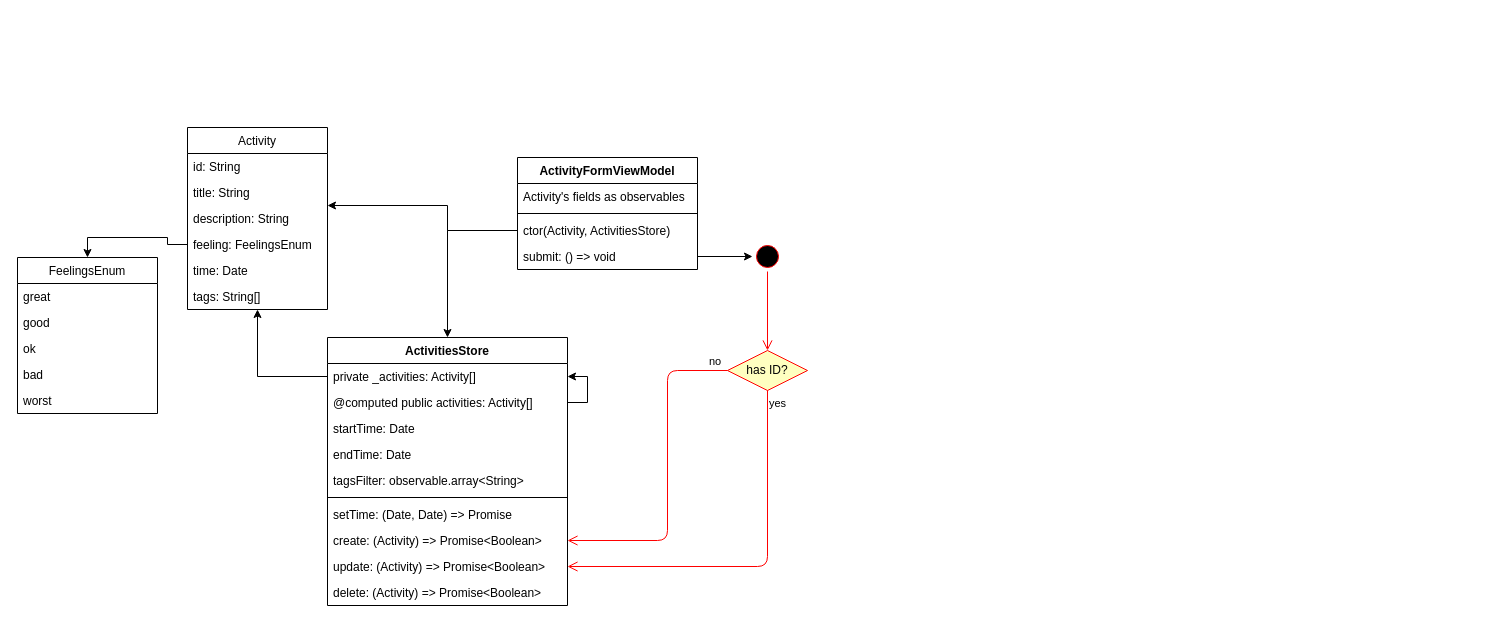
Before: Feel Tracker.drawio in Polarts/sentispace, a draw.io diagram. Source tidied: cells renumbered, new cells numbered last; positions are measured from the earlier drawing's top-left corner, leaving out a move shared by most shapes. Both pictures are drawn from the tidied source at 100%, with x=0, y=0 at pixel (17, 127).
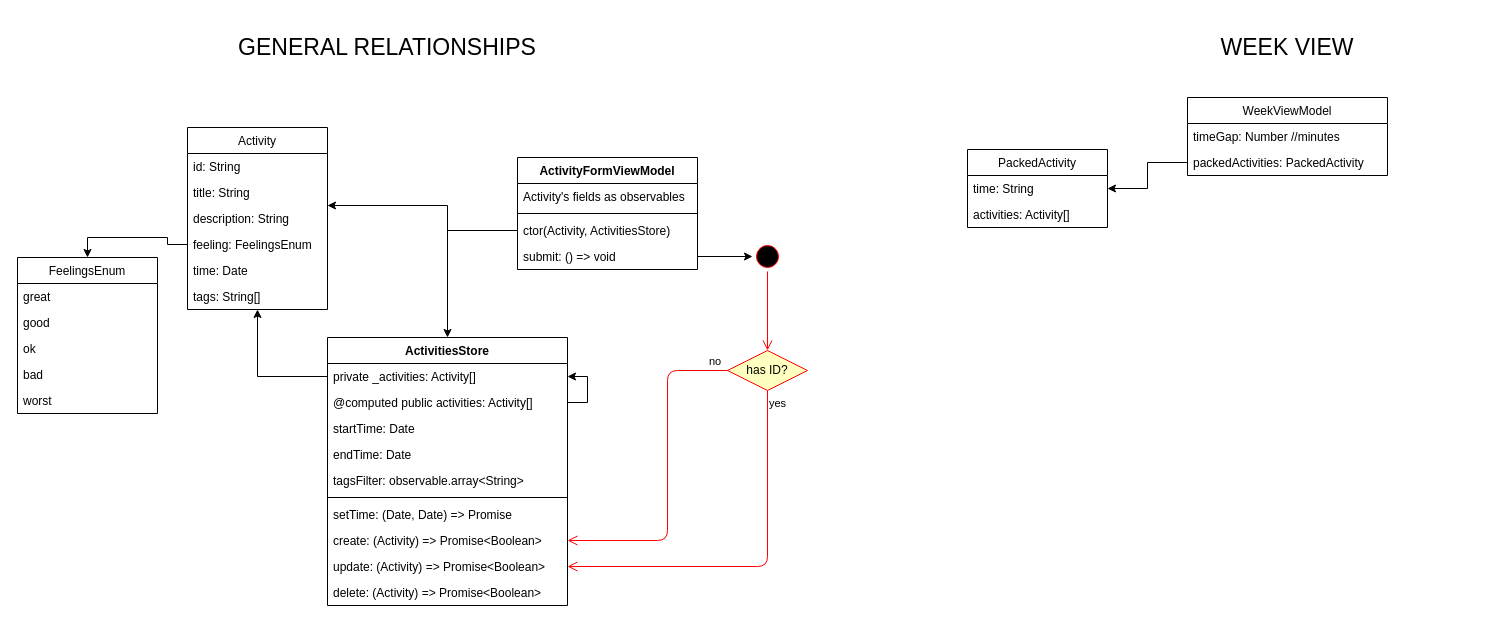
After the change.

Commit message:
Updated chart with WeekView plan

The edit, as a diff of the source:
```diff
@@
+    <mxCell id="42" value="&lt;font style=&quot;font-size: 23px&quot;&gt;GENERAL RELATIONSHIPS&lt;/font&gt;" style="text;html=1;strokeColor=none;fillColor=none;align=center;verticalAlign=middle;whiteSpace=wrap;rounded=0;" parent="1" vertex="1">
+      <mxGeometry x="190" y="-110" width="360" height="60" as="geometry" />
+    </mxCell>
+    <mxCell id="43" value="&lt;font style=&quot;font-size: 23px&quot;&gt;WEEK VIEW&lt;/font&gt;" style="text;html=1;strokeColor=none;fillColor=none;align=center;verticalAlign=middle;whiteSpace=wrap;rounded=0;" parent="1" vertex="1">
+      <mxGeometry x="1090" y="-110" width="360" height="60" as="geometry" />
+    </mxCell>
+    <mxCell id="44" value="WeekViewModel" style="swimlane;fontStyle=0;horizontal=1;startSize=26;fillColor=none;" parent="1" vertex="1">
+      <mxGeometry x="1170" y="-30" width="200" height="78" as="geometry" />
+    </mxCell>
+    <mxCell id="45" value="timeGap: Number //minutes" style="text;strokeColor=none;fillColor=none;align=left;verticalAlign=top;spacingLeft=4;spacingRight=4;overflow=hidden;" parent="44" vertex="1">
+      <mxGeometry y="26" width="200" height="26" as="geometry" />
+    </mxCell>
+    <mxCell id="46" value="packedActivities: PackedActivity" style="text;strokeColor=none;fillColor=none;align=left;verticalAlign=top;spacingLeft=4;spacingRight=4;overflow=hidden;points=[[0,0.5],[1,0.5]];portConstraint=eastwest;" parent="44" vertex="1">
+      <mxGeometry y="52" width="200" height="26" as="geometry" />
+    </mxCell>
+    <mxCell id="47" value="PackedActivity" style="swimlane;fontStyle=0;horizontal=1;startSize=26;fillColor=none;" parent="1" vertex="1">
+      <mxGeometry x="950" y="22" width="140" height="78" as="geometry" />
+    </mxCell>
+    <mxCell id="48" value="time: String" style="text;strokeColor=none;fillColor=none;align=left;verticalAlign=top;spacingLeft=4;spacingRight=4;overflow=hidden;" parent="47" vertex="1">
+      <mxGeometry y="26" width="140" height="26" as="geometry" />
+    </mxCell>
+    <mxCell id="49" value="activities: Activity[]" style="text;strokeColor=none;fillColor=none;align=left;verticalAlign=top;spacingLeft=4;spacingRight=4;overflow=hidden;" parent="47" vertex="1">
+      <mxGeometry y="52" width="140" height="26" as="geometry" />
+    </mxCell>
+    <mxCell id="50" style="edgeStyle=orthogonalEdgeStyle;rounded=0;jettySize=auto;html=1;" parent="1" edge="1" source="46" target="47">
+      <mxGeometry relative="1" as="geometry" />
+    </mxCell>
```
